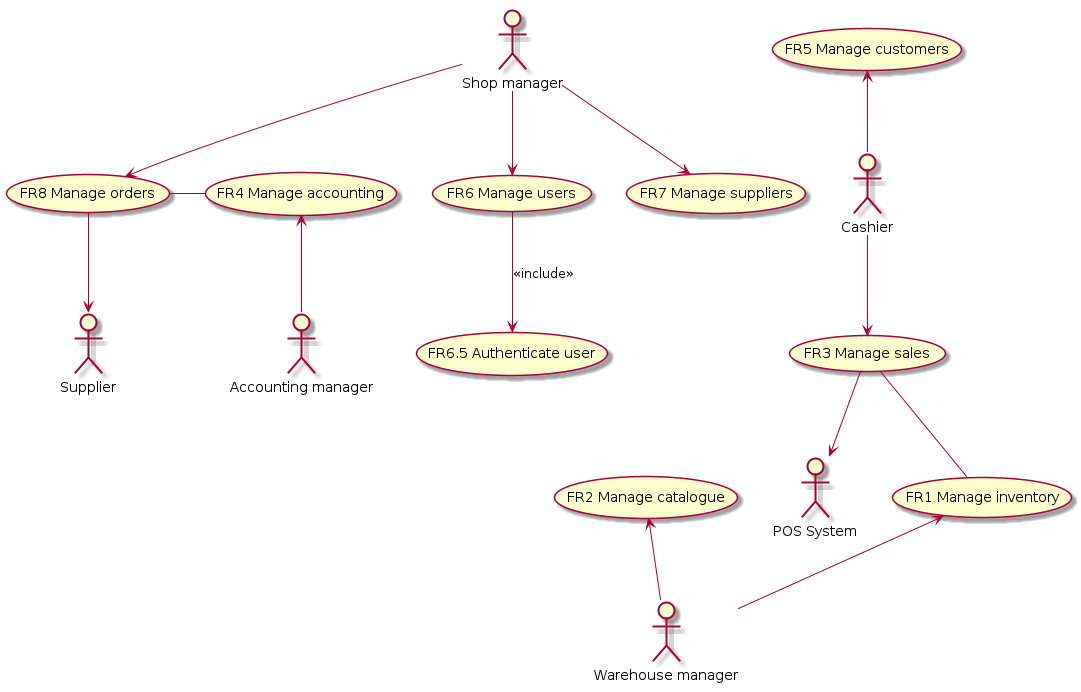
Earlier version of the PlantUML export Deliverables/img/usecase_diagram.png (BMike10/EzShop).
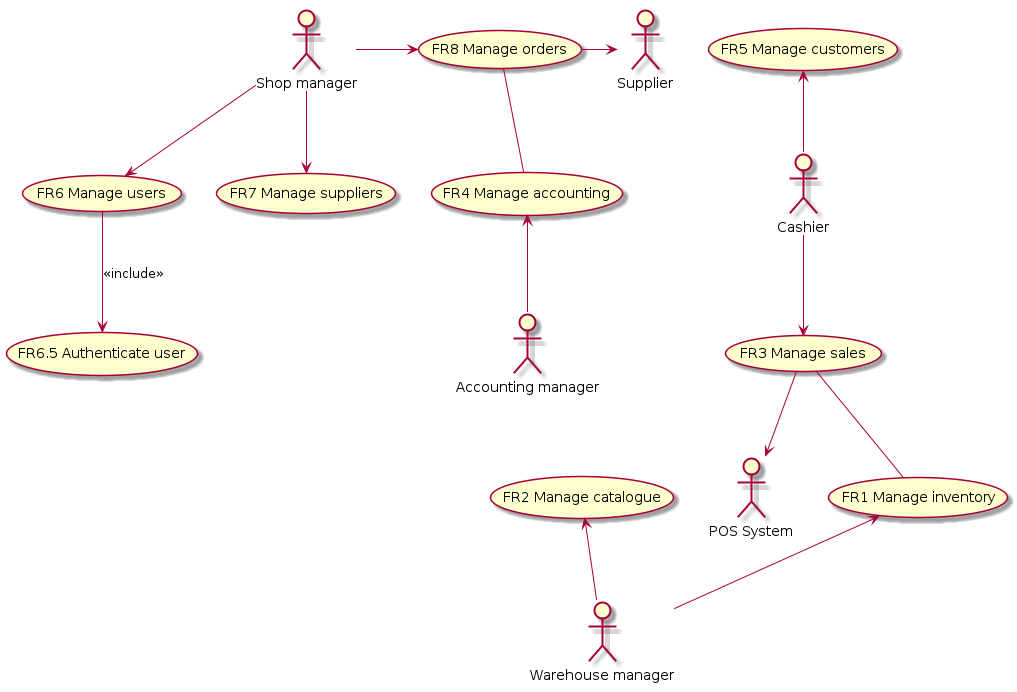
Above is the later version.

Diff of the diagram source:
```diff
@@ -17,15 +17,15 @@
 
 	mu --> mua: <<include>>
 	ms -- mi
-	mo - ma
+	mo -- ma
 	sm --> mu
 	sm --> msu
-	sm --> mo
+	sm -> mo
 	ma <-- am
 	cr --> ms
 	mc <-- cr
 	ms --> ccs
 	mi <-- wm
 	mca <-- wm
-	mo --> s
+	mo -> s
 @enduml
```
